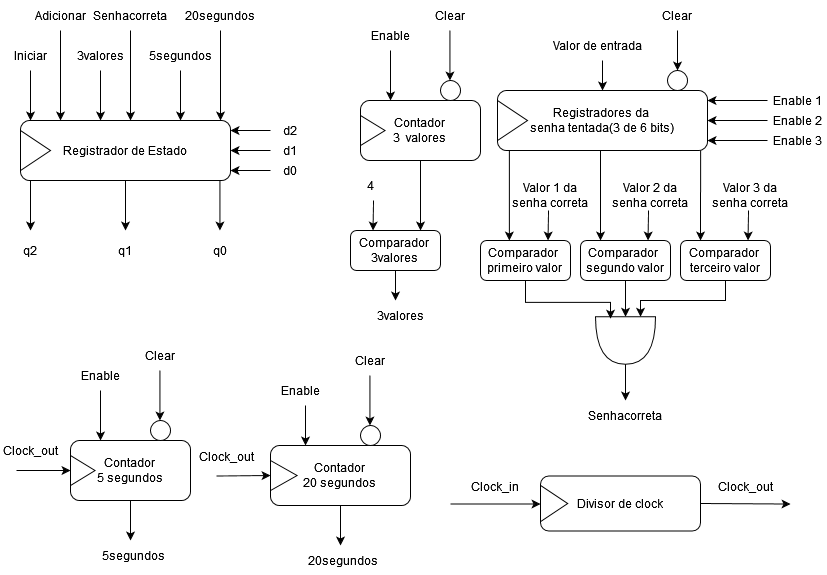
Earlier version of the draw.io export proj3_geral.drawio.png (pedroManuelP/Projeto_03_CircuitosDigitais). Source tidied: cells renumbered, new cells last; positions are measured from the earlier drawing's top-left corner, leaving out a move shared by most shapes.
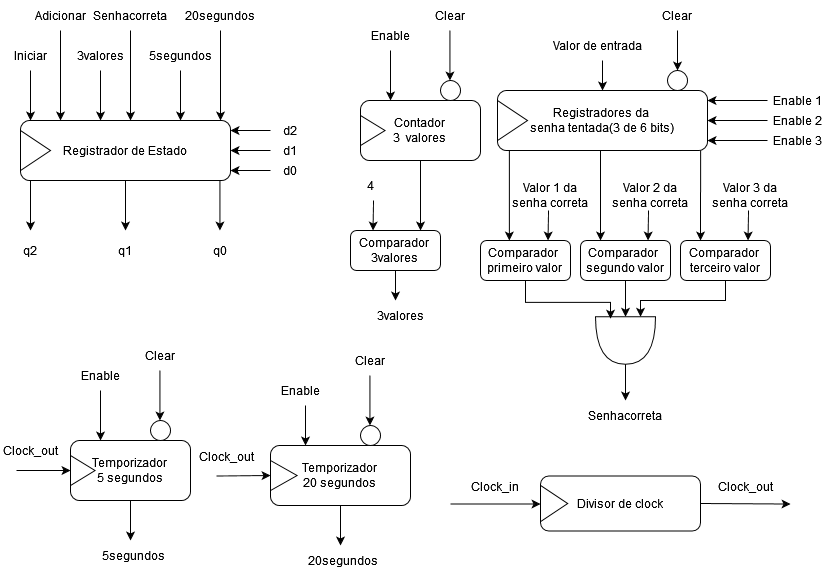
Later version of the same file.

What changed in the source:
```diff
@@ -101,7 +101,7 @@
     <mxCell id="24" style="group;" parent="23" vertex="1">
       <mxGeometry y="100" width="120" height="60" as="geometry" />
     </mxCell>
-    <mxCell id="25" value="&lt;div&gt;Contador&lt;/div&gt;&lt;div&gt;5 segundos&lt;br&gt;&lt;/div&gt;" style="rounded=1;whiteSpace=wrap;html=1;" parent="24" vertex="1">
+    <mxCell id="25" value="&lt;div&gt;Temporizador&lt;br&gt;&lt;/div&gt;&lt;div&gt;5 segundos&lt;br&gt;&lt;/div&gt;" style="rounded=1;whiteSpace=wrap;html=1;" parent="24" vertex="1">
       <mxGeometry width="120" height="60" as="geometry" />
     </mxCell>
     <mxCell id="26" style="triangle;whiteSpace=wrap;html=1;" parent="24" vertex="1">
@@ -138,7 +138,7 @@
     <mxCell id="34" style="group;" parent="1" vertex="1">
       <mxGeometry x="280" y="445" width="130" height="60" as="geometry" />
     </mxCell>
-    <mxCell id="35" value="&lt;div&gt;Contador&lt;/div&gt;&lt;div&gt;20 segundos&lt;br&gt;&lt;/div&gt;" style="rounded=1;whiteSpace=wrap;html=1;" parent="34" vertex="1">
+    <mxCell id="35" value="&lt;div&gt;Temporizador&lt;br&gt;&lt;/div&gt;&lt;div&gt;20 segundos&lt;br&gt;&lt;/div&gt;" style="rounded=1;whiteSpace=wrap;html=1;" parent="34" vertex="1">
       <mxGeometry x="-10" width="140" height="60" as="geometry" />
     </mxCell>
     <mxCell id="36" style="endArrow=classic;html=1;rounded=0;entryX=0.25;entryY=0;entryDx=0;entryDy=0;" parent="1" edge="1" target="35">
```
